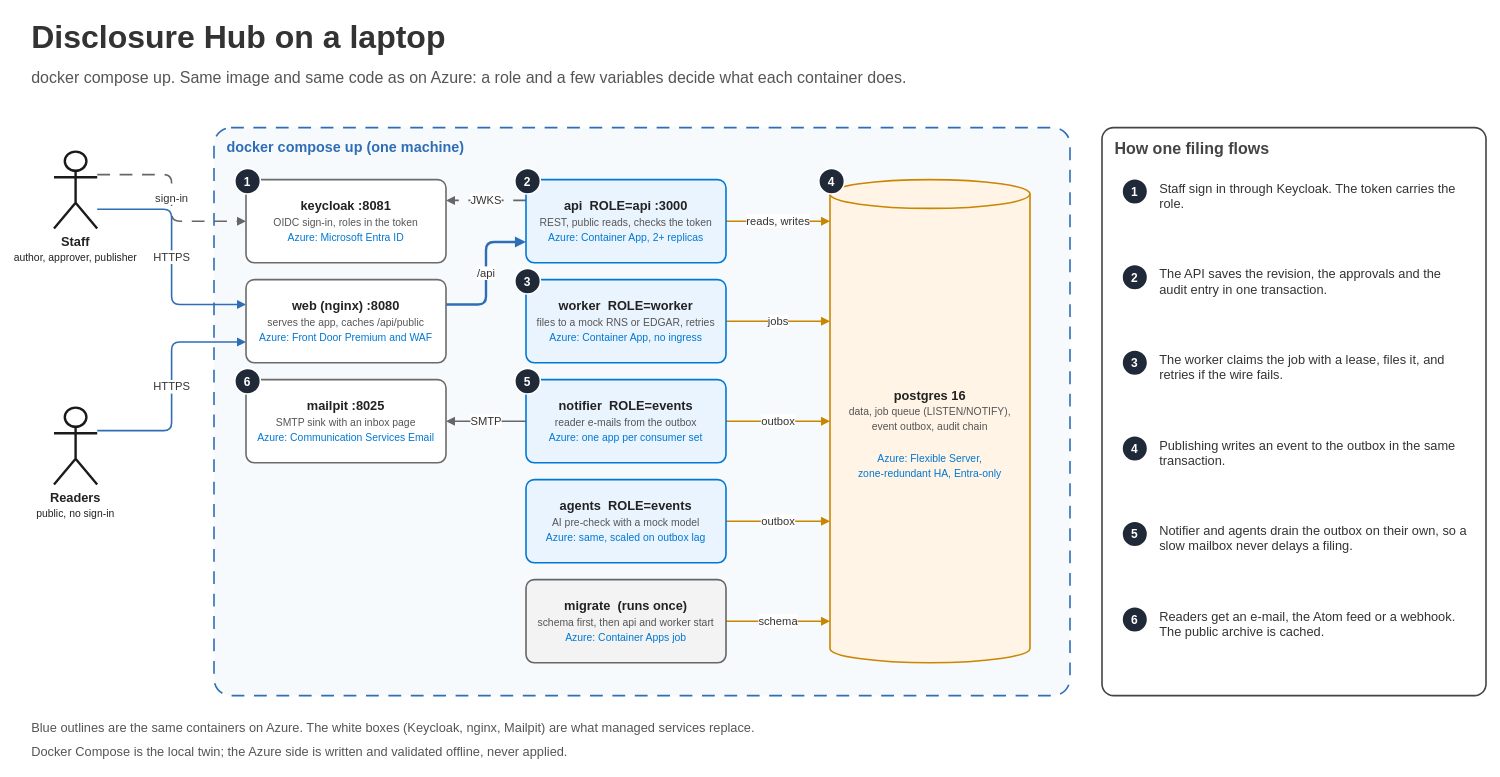
The draw.io diagram docs/diagrams/03-local-architecture.drawio in PierfrancescoLijoi/disclosure-hub, before the edit. Source tidied: cells renumbered, new cells numbered last; positions are measured from the earlier drawing's top-left corner, leaving out a move shared by most shapes. Both pictures are drawn from the tidied source at 80%, with x=0, y=0 at pixel (30, 14).
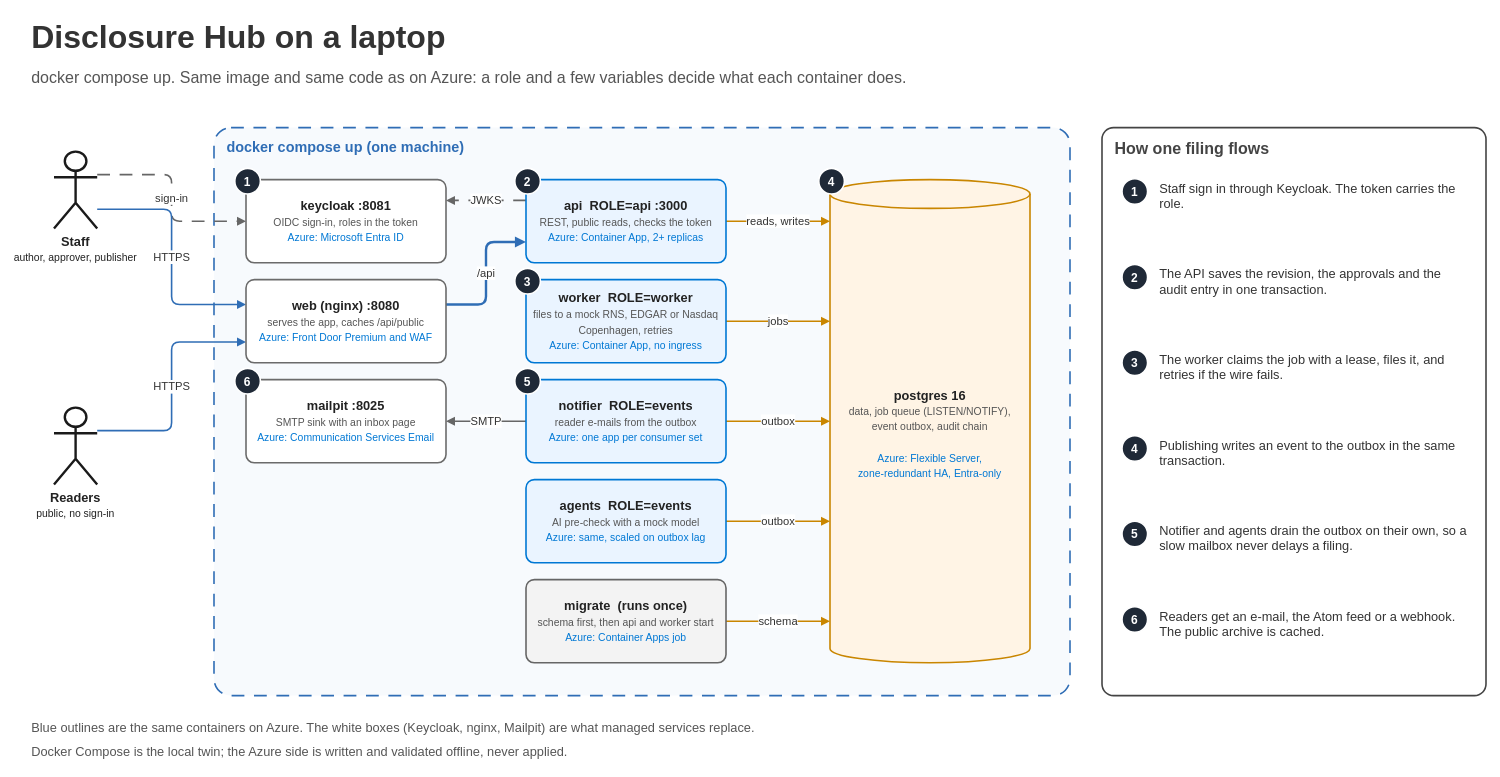
Above is the later version.

Diff of the diagram source:
```diff
@@
-    <mxCell id="23" value="&lt;b&gt;worker &amp;nbsp;ROLE=worker&lt;/b&gt;&lt;br&gt;&lt;font style='font-size:13px;color:#555555'&gt;files to a mock RNS or EDGAR, retries&lt;/font&gt;&lt;br&gt;&lt;font style='font-size:13px;color:#0078D4'&gt;Azure: Container App, no ingress&lt;/font&gt;" style="fontFamily=Helvetica;rounded=1;arcSize=10;whiteSpace=wrap;html=1;fillColor=#EAF4FF;strokeColor=#0078D4;strokeWidth=2;fontSize=16;fontColor=#222222;fontStyle=0;align=center;verticalAlign=middle;dashed=0;" parent="1" vertex="1">
+    <mxCell id="23" value="&lt;b&gt;worker &amp;nbsp;ROLE=worker&lt;/b&gt;&lt;br&gt;&lt;font style='font-size:13px;color:#555555'&gt;files to a mock RNS, EDGAR or Nasdaq Copenhagen, retries&lt;/font&gt;&lt;br&gt;&lt;font style='font-size:13px;color:#0078D4'&gt;Azure: Container App, no ingress&lt;/font&gt;" style="fontFamily=Helvetica;rounded=1;arcSize=10;whiteSpace=wrap;html=1;fillColor=#EAF4FF;strokeColor=#0078D4;strokeWidth=2;fontSize=16;fontColor=#222222;fontStyle=0;align=center;verticalAlign=middle;dashed=0;" parent="1" vertex="1">
       <mxGeometry x="620" y="332" width="250" height="104" as="geometry" />
     </mxCell>
```
